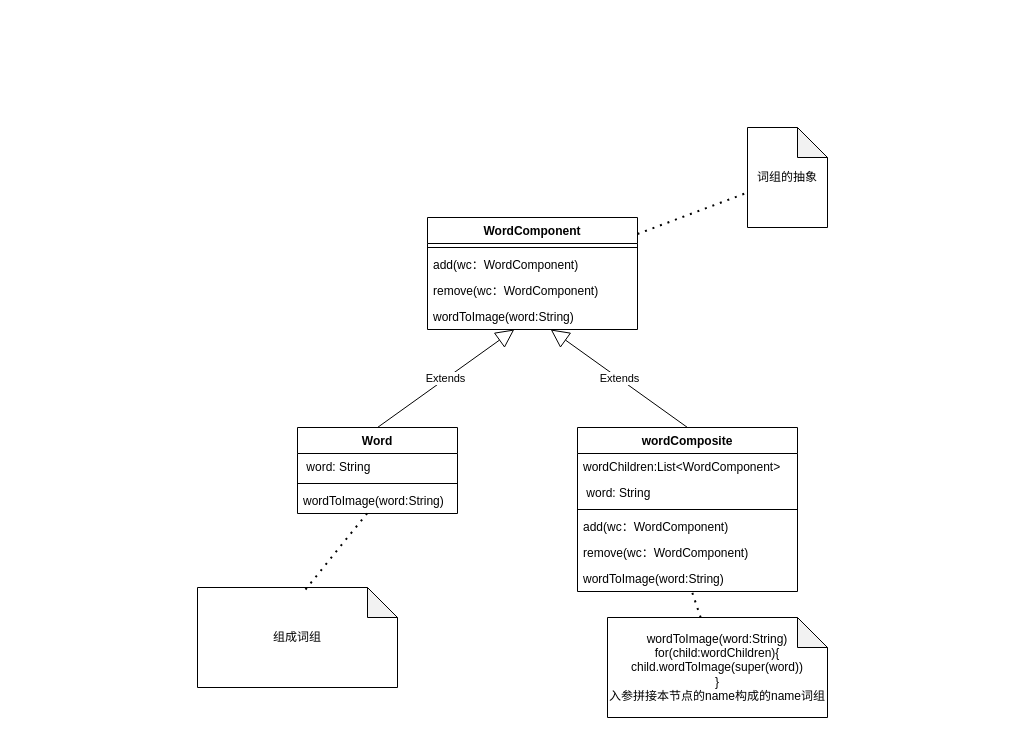
milletzhu/datasource keeps this draw.io diagram as AIGC词生图工具优化.drawio. Above is the earlier version. Source tidied: cells renumbered, new cells numbered last; positions are measured from the earlier drawing's top-left corner, leaving out a move shared by most shapes. Both pictures are drawn from the tidied source at 100%, with x=0, y=0 at pixel (197, 127).
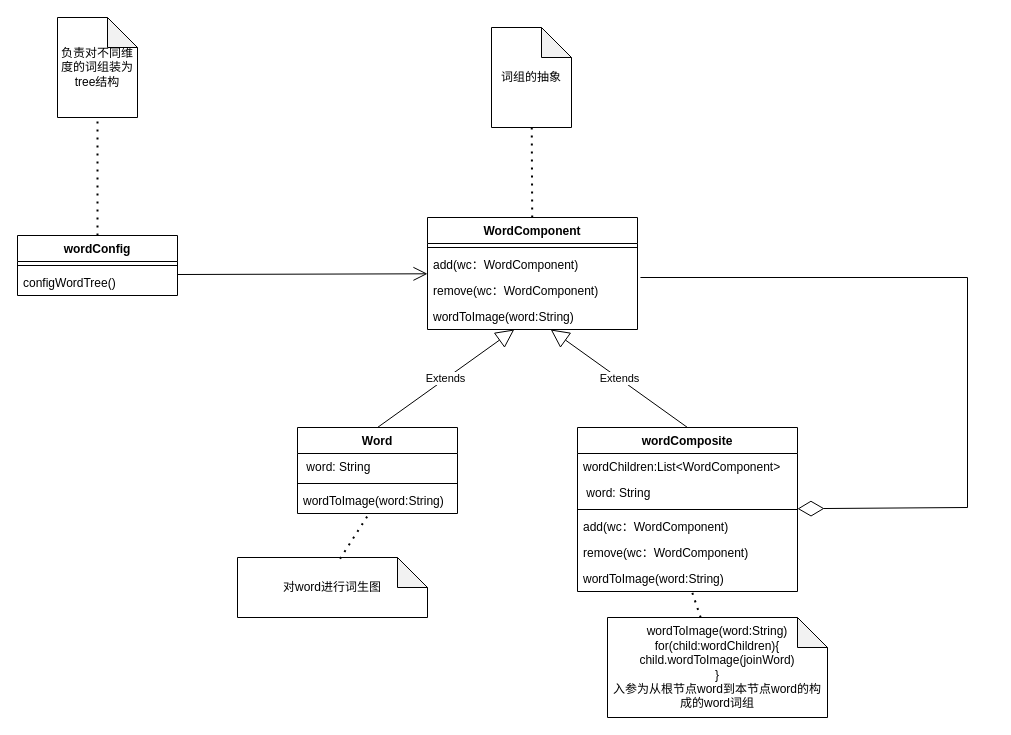
The same diagram, later.

Commit message (it also covers changes not shown here):
更新AIGC词生图工具优化.drawio

The change refers to these unchanged cells:
```xml
<mxCell id="2" value="WordComponent" style="swimlane;fontStyle=1;align=center;verticalAlign=top;horizontal=1;startSize=26;" parent="1" vertex="1">
  <mxGeometry x="230" y="90" width="210" height="112" as="geometry" />
</mxCell>
<mxCell id="5" value="remove(wc：WordComponent)" style="text;strokeColor=none;fillColor=none;align=left;verticalAlign=top;spacingLeft=4;spacingRight=4;overflow=hidden;points=[[0,0.5],[1,0.5]];portConstraint=eastwest;" parent="2" vertex="1">
  <mxGeometry y="60" width="210" height="26" as="geometry" />
</mxCell>
<mxCell id="14" value="wordComposite" style="swimlane;fontStyle=1;align=center;verticalAlign=top;horizontal=1;startSize=26;" parent="1" vertex="1">
  <mxGeometry x="380" y="300" width="220" height="164" as="geometry" />
</mxCell>
```

Diff of the diagram source:
```diff
@@
     <mxCell id="7" value="词组的抽象" style="shape=note;whiteSpace=wrap;html=1;backgroundOutline=1;darkOpacity=0.05;" parent="1" vertex="1">
-      <mxGeometry x="550" width="80" height="100" as="geometry" />
+      <mxGeometry x="294" y="-100" width="80" height="100" as="geometry" />
     </mxCell>
@@
-    <mxCell id="22" value="wordToImage(word:String)&lt;br&gt;for(child:wordChildren){&lt;br&gt;child.wordToImage(super(word))&lt;br&gt;}&lt;br&gt;入参拼接本节点的name构成的name词组" style="shape=note;whiteSpace=wrap;html=1;backgroundOutline=1;darkOpacity=0.05;" parent="1" vertex="1">
+    <mxCell id="22" value="wordToImage(word:String)&lt;br&gt;for(child:wordChildren){&lt;br&gt;child.wordToImage(joinWord)&lt;br&gt;}&lt;br&gt;入参为从根节点word到本节点word的构成的word词组" style="shape=note;whiteSpace=wrap;html=1;backgroundOutline=1;darkOpacity=0.05;" parent="1" vertex="1">
       <mxGeometry x="410" y="490" width="220" height="100" as="geometry" />
     </mxCell>
@@
-    <mxCell id="24" value="组成词组" style="shape=note;whiteSpace=wrap;html=1;backgroundOutline=1;darkOpacity=0.05;" parent="1" vertex="1">
-      <mxGeometry y="460" width="200" height="100" as="geometry" />
+    <mxCell id="24" value="对word进行词生图" style="shape=note;whiteSpace=wrap;html=1;backgroundOutline=1;darkOpacity=0.05;" parent="1" vertex="1">
+      <mxGeometry x="40" y="430" width="190" height="60" as="geometry" />
     </mxCell>
@@
+    <mxCell id="26" style="endArrow=diamondThin;endFill=0;endSize=24;html=1;rounded=0;exitX=1.014;exitY=0;exitDx=0;exitDy=0;exitPerimeter=0;" parent="1" edge="1" source="5" target="14">
+      <mxGeometry relative="1" as="geometry">
+        <Array as="points">
+          <mxPoint x="770" y="150" />
+          <mxPoint x="770" y="380" />
+        </Array>
+      </mxGeometry>
+    </mxCell>
+    <mxCell id="27" value="wordConfig" style="swimlane;fontStyle=1;align=center;verticalAlign=top;horizontal=1;startSize=26;" parent="1" vertex="1">
+      <mxGeometry x="-180" y="108" width="160" height="60" as="geometry" />
+    </mxCell>
+    <mxCell id="28" style="line;strokeWidth=1;fillColor=none;align=left;verticalAlign=middle;spacingTop=-1;spacingLeft=3;spacingRight=3;labelPosition=right;strokeColor=inherit;" parent="27" vertex="1">
+      <mxGeometry y="26" width="160" height="8" as="geometry" />
+    </mxCell>
+    <mxCell id="29" value="configWordTree()" style="text;strokeColor=none;fillColor=none;align=left;verticalAlign=top;spacingLeft=4;spacingRight=4;overflow=hidden;" parent="27" vertex="1">
+      <mxGeometry y="34" width="160" height="26" as="geometry" />
+    </mxCell>
+    <mxCell id="30" style="endArrow=open;endFill=1;endSize=12;html=1;rounded=0;exitX=1;exitY=0.5;exitDx=0;exitDy=0;" parent="1" edge="1" target="2">
+      <mxGeometry relative="1" as="geometry">
+        <mxPoint x="-20" y="147" as="sourcePoint" />
+      </mxGeometry>
+    </mxCell>
+    <mxCell id="31" value="负责对不同维度的词组装为tree结构" style="shape=note;whiteSpace=wrap;html=1;backgroundOutline=1;darkOpacity=0.05;" parent="1" vertex="1">
+      <mxGeometry x="-140" y="-110" width="80" height="100" as="geometry" />
+    </mxCell>
+    <mxCell id="32" style="endArrow=none;dashed=1;html=1;dashPattern=1 3;strokeWidth=2;rounded=0;" parent="1" edge="1" source="27" target="31">
+      <mxGeometry relative="1" as="geometry" />
+    </mxCell>
```
